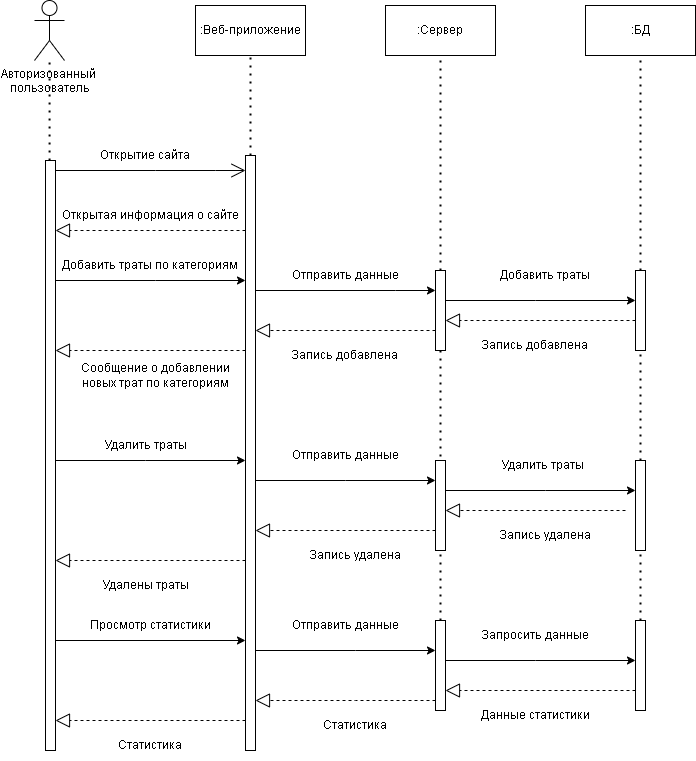
Earlier version of the draw.io export documentation/diagrams/Sequence_diagram_au.png (money-pie/moneypie). Source tidied: cells renumbered, new cells last; positions are measured from the earlier drawing's top-left corner, leaving out a move shared by most shapes.
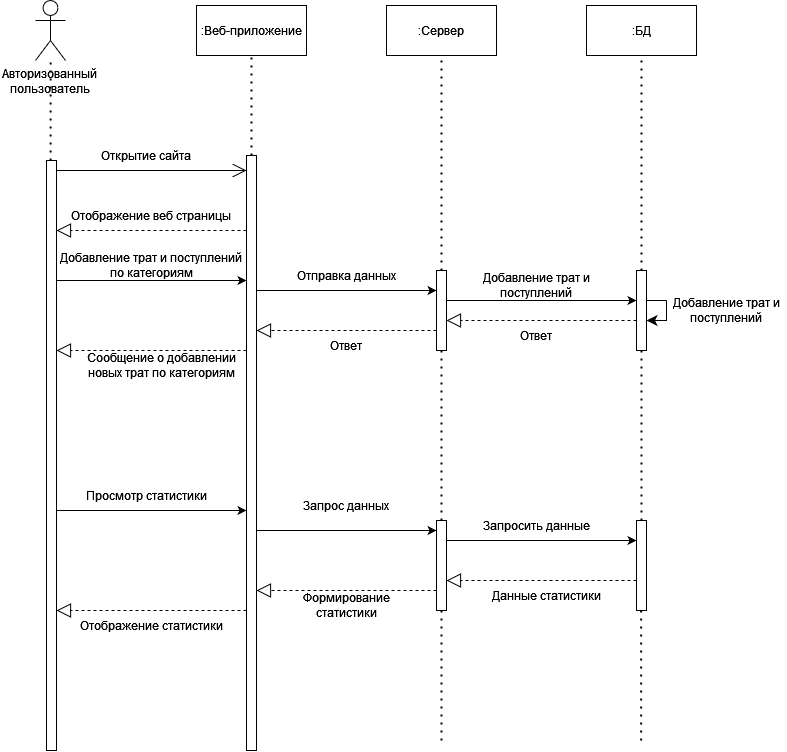
Above is the later version.

The edit, as a diff of the source:
```diff
@@ -14,15 +14,9 @@
     <mxCell id="5" style="html=1;points=[];perimeter=orthogonalPerimeter;outlineConnect=0;targetShapes=umlLifeline;portConstraint=eastwest;newEdgeStyle={&quot;edgeStyle&quot;:&quot;elbowEdgeStyle&quot;,&quot;elbow&quot;:&quot;vertical&quot;,&quot;curved&quot;:0,&quot;rounded&quot;:0};" parent="1" vertex="1">
       <mxGeometry x="401" y="270" width="10" height="80" as="geometry" />
     </mxCell>
-    <mxCell id="6" style="html=1;points=[];perimeter=orthogonalPerimeter;outlineConnect=0;targetShapes=umlLifeline;portConstraint=eastwest;newEdgeStyle={&quot;edgeStyle&quot;:&quot;elbowEdgeStyle&quot;,&quot;elbow&quot;:&quot;vertical&quot;,&quot;curved&quot;:0,&quot;rounded&quot;:0};" parent="1" vertex="1">
-      <mxGeometry x="401" y="460" width="10" height="90" as="geometry" />
-    </mxCell>
     <mxCell id="7" style="html=1;points=[];perimeter=orthogonalPerimeter;outlineConnect=0;targetShapes=umlLifeline;portConstraint=eastwest;newEdgeStyle={&quot;edgeStyle&quot;:&quot;elbowEdgeStyle&quot;,&quot;elbow&quot;:&quot;vertical&quot;,&quot;curved&quot;:0,&quot;rounded&quot;:0};" parent="1" vertex="1">
       <mxGeometry x="601" y="270" width="10" height="80" as="geometry" />
     </mxCell>
-    <mxCell id="8" style="html=1;points=[];perimeter=orthogonalPerimeter;outlineConnect=0;targetShapes=umlLifeline;portConstraint=eastwest;newEdgeStyle={&quot;edgeStyle&quot;:&quot;elbowEdgeStyle&quot;,&quot;elbow&quot;:&quot;vertical&quot;,&quot;curved&quot;:0,&quot;rounded&quot;:0};" parent="1" vertex="1">
-      <mxGeometry x="601" y="460" width="10" height="90" as="geometry" />
-    </mxCell>
     <mxCell id="9" value=":Веб-приложение" style="html=1;whiteSpace=wrap;" parent="1" vertex="1">
       <mxGeometry x="161" y="5" width="110" height="50" as="geometry" />
     </mxCell>
@@ -53,7 +47,7 @@
     <mxCell id="15" value="Открытие сайта" style="text;html=1;strokeColor=none;fillColor=none;align=center;verticalAlign=middle;whiteSpace=wrap;rounded=0;" parent="1" vertex="1">
       <mxGeometry x="31" y="140" width="160" height="30" as="geometry" />
     </mxCell>
-    <mxCell id="16" value="Открытая информация о сайте" style="text;html=1;strokeColor=none;fillColor=none;align=center;verticalAlign=middle;whiteSpace=wrap;rounded=0;" parent="1" vertex="1">
+    <mxCell id="16" value="Отображение веб страницы" style="text;html=1;strokeColor=none;fillColor=none;align=center;verticalAlign=middle;whiteSpace=wrap;rounded=0;" parent="1" vertex="1">
       <mxGeometry x="21" y="200" width="190" height="30" as="geometry" />
     </mxCell>
     <mxCell id="17" style="endArrow=classic;html=1;rounded=0;" parent="1" edge="1" source="3" target="4">
@@ -63,7 +57,7 @@
         </Array>
       </mxGeometry>
     </mxCell>
-    <mxCell id="18" value="Добавить траты по категориям" style="text;html=1;strokeColor=none;fillColor=none;align=center;verticalAlign=middle;whiteSpace=wrap;rounded=0;" parent="1" vertex="1">
+    <mxCell id="18" value="Добавление трат и поступлений по категориям" style="text;html=1;strokeColor=none;fillColor=none;align=center;verticalAlign=middle;whiteSpace=wrap;rounded=0;" parent="1" vertex="1">
       <mxGeometry x="21" y="250" width="190" height="30" as="geometry" />
     </mxCell>
     <mxCell id="19" style="endArrow=classic;html=1;rounded=0;" parent="1" edge="1" source="4" target="5">
@@ -73,7 +67,7 @@
         </Array>
       </mxGeometry>
     </mxCell>
-    <mxCell id="20" value="Отправить данные" style="text;html=1;strokeColor=none;fillColor=none;align=center;verticalAlign=middle;whiteSpace=wrap;rounded=0;" parent="1" vertex="1">
+    <mxCell id="20" value="Отправка данных" style="text;html=1;strokeColor=none;fillColor=none;align=center;verticalAlign=middle;whiteSpace=wrap;rounded=0;" parent="1" vertex="1">
       <mxGeometry x="251" y="260" width="120" height="30" as="geometry" />
     </mxCell>
     <mxCell id="21" style="endArrow=classic;html=1;rounded=0;" parent="1" edge="1" source="5" target="7">
@@ -83,8 +77,8 @@
         </Array>
       </mxGeometry>
     </mxCell>
-    <mxCell id="22" value="Добавить траты" style="text;html=1;strokeColor=none;fillColor=none;align=center;verticalAlign=middle;whiteSpace=wrap;rounded=0;" parent="1" vertex="1">
-      <mxGeometry x="436" y="260" width="150" height="30" as="geometry" />
+    <mxCell id="22" value="Добавление трат и поступлений" style="text;html=1;strokeColor=none;fillColor=none;align=center;verticalAlign=middle;whiteSpace=wrap;rounded=0;" parent="1" vertex="1">
+      <mxGeometry x="426" y="270" width="150" height="30" as="geometry" />
     </mxCell>
     <mxCell id="23" style="endArrow=none;dashed=1;html=1;dashPattern=1 3;strokeWidth=2;rounded=0;entryX=0.5;entryY=1;entryDx=0;entryDy=0;" parent="1" edge="1" source="4" target="9">
       <mxGeometry relative="1" as="geometry" />
@@ -118,150 +112,128 @@
         </Array>
       </mxGeometry>
     </mxCell>
-    <mxCell id="29" value="Запись добавлена" style="text;html=1;strokeColor=none;fillColor=none;align=center;verticalAlign=middle;whiteSpace=wrap;rounded=0;" parent="1" vertex="1">
-      <mxGeometry x="441" y="330" width="120" height="30" as="geometry" />
+    <mxCell id="29" value="Ответ" style="text;html=1;strokeColor=none;fillColor=none;align=center;verticalAlign=middle;whiteSpace=wrap;rounded=0;" parent="1" vertex="1">
+      <mxGeometry x="441" y="320" width="120" height="30" as="geometry" />
     </mxCell>
-    <mxCell id="30" value="Запись добавлена" style="text;html=1;strokeColor=none;fillColor=none;align=center;verticalAlign=middle;whiteSpace=wrap;rounded=0;" parent="1" vertex="1">
-      <mxGeometry x="251" y="340" width="120" height="30" as="geometry" />
+    <mxCell id="30" value="Ответ" style="text;html=1;strokeColor=none;fillColor=none;align=center;verticalAlign=middle;whiteSpace=wrap;rounded=0;" parent="1" vertex="1">
+      <mxGeometry x="251" y="330" width="120" height="30" as="geometry" />
     </mxCell>
     <mxCell id="31" value="Сообщение о добавлении новых трат по категориям" style="text;html=1;strokeColor=none;fillColor=none;align=center;verticalAlign=middle;whiteSpace=wrap;rounded=0;" parent="1" vertex="1">
-      <mxGeometry x="41" y="360" width="160" height="30" as="geometry" />
+      <mxGeometry x="46" y="350" width="160" height="30" as="geometry" />
     </mxCell>
-    <mxCell id="32" style="endArrow=classic;html=1;rounded=0;" parent="1" edge="1" source="3" target="4">
-      <mxGeometry relative="1" as="geometry">
-        <Array as="points">
-          <mxPoint x="111" y="460" />
-        </Array>
-      </mxGeometry>
-    </mxCell>
-    <mxCell id="33" style="endArrow=classic;html=1;rounded=0;" parent="1" edge="1" source="4" target="6">
-      <mxGeometry relative="1" as="geometry">
-        <Array as="points">
-          <mxPoint x="311" y="480" />
-        </Array>
-      </mxGeometry>
-    </mxCell>
-    <mxCell id="34" style="endArrow=classic;html=1;rounded=0;" parent="1" edge="1" source="6" target="8">
-      <mxGeometry relative="1" as="geometry">
-        <Array as="points">
-          <mxPoint x="511" y="490" />
-        </Array>
-      </mxGeometry>
-    </mxCell>
-    <mxCell id="35" value="Удалить траты" style="text;html=1;strokeColor=none;fillColor=none;align=center;verticalAlign=middle;whiteSpace=wrap;rounded=0;" parent="1" vertex="1">
-      <mxGeometry x="41" y="430" width="140" height="30" as="geometry" />
-    </mxCell>
-    <mxCell id="36" value="Отправить данные" style="text;html=1;strokeColor=none;fillColor=none;align=center;verticalAlign=middle;whiteSpace=wrap;rounded=0;" parent="1" vertex="1">
-      <mxGeometry x="251" y="440" width="120" height="30" as="geometry" />
-    </mxCell>
-    <mxCell id="37" value="Удалить траты" style="text;html=1;strokeColor=none;fillColor=none;align=center;verticalAlign=middle;whiteSpace=wrap;rounded=0;" parent="1" vertex="1">
-      <mxGeometry x="461" y="450" width="95" height="30" as="geometry" />
-    </mxCell>
-    <mxCell id="38" style="endArrow=block;dashed=1;endFill=0;endSize=12;html=1;rounded=0;" parent="1" edge="1" target="6">
-      <mxGeometry relative="1" as="geometry">
-        <mxPoint x="591" y="510" as="sourcePoint" />
-      </mxGeometry>
-    </mxCell>
-    <mxCell id="39" style="endArrow=block;dashed=1;endFill=0;endSize=12;html=1;rounded=0;" parent="1" edge="1" source="6" target="4">
-      <mxGeometry relative="1" as="geometry">
-        <Array as="points">
-          <mxPoint x="311" y="530" />
-        </Array>
-      </mxGeometry>
-    </mxCell>
-    <mxCell id="40" style="endArrow=block;dashed=1;endFill=0;endSize=12;html=1;rounded=0;" parent="1" edge="1" source="4" target="3">
-      <mxGeometry relative="1" as="geometry">
-        <Array as="points">
-          <mxPoint x="111" y="560" />
-        </Array>
-      </mxGeometry>
-    </mxCell>
     <mxCell id="41" value="Данные статистики" style="text;html=1;strokeColor=none;fillColor=none;align=center;verticalAlign=middle;whiteSpace=wrap;rounded=0;" parent="1" vertex="1">
-      <mxGeometry x="441" y="700" width="120" height="30" as="geometry" />
+      <mxGeometry x="451" y="580" width="120" height="30" as="geometry" />
     </mxCell>
-    <mxCell id="42" value="Запись удалена" style="text;html=1;strokeColor=none;fillColor=none;align=center;verticalAlign=middle;whiteSpace=wrap;rounded=0;" parent="1" vertex="1">
-      <mxGeometry x="251" y="540" width="140" height="30" as="geometry" />
-    </mxCell>
-    <mxCell id="43" value="Удалены траты" style="text;html=1;strokeColor=none;fillColor=none;align=center;verticalAlign=middle;whiteSpace=wrap;rounded=0;" parent="1" vertex="1">
-      <mxGeometry x="31" y="570" width="160" height="30" as="geometry" />
-    </mxCell>
     <mxCell id="44" value="Просмотр статистики" style="text;html=1;strokeColor=none;fillColor=none;align=center;verticalAlign=middle;whiteSpace=wrap;rounded=0;" parent="1" vertex="1">
-      <mxGeometry x="46" y="610" width="140" height="30" as="geometry" />
+      <mxGeometry x="41" y="480" width="140" height="30" as="geometry" />
     </mxCell>
     <mxCell id="45" style="html=1;points=[];perimeter=orthogonalPerimeter;outlineConnect=0;targetShapes=umlLifeline;portConstraint=eastwest;newEdgeStyle={&quot;edgeStyle&quot;:&quot;elbowEdgeStyle&quot;,&quot;elbow&quot;:&quot;vertical&quot;,&quot;curved&quot;:0,&quot;rounded&quot;:0};" parent="1" vertex="1">
-      <mxGeometry x="401" y="620" width="10" height="90" as="geometry" />
+      <mxGeometry x="401" y="520" width="10" height="90" as="geometry" />
     </mxCell>
     <mxCell id="46" style="html=1;points=[];perimeter=orthogonalPerimeter;outlineConnect=0;targetShapes=umlLifeline;portConstraint=eastwest;newEdgeStyle={&quot;edgeStyle&quot;:&quot;elbowEdgeStyle&quot;,&quot;elbow&quot;:&quot;vertical&quot;,&quot;curved&quot;:0,&quot;rounded&quot;:0};" parent="1" vertex="1">
-      <mxGeometry x="601" y="620" width="10" height="90" as="geometry" />
+      <mxGeometry x="601" y="520" width="10" height="90" as="geometry" />
     </mxCell>
-    <mxCell id="47" style="endArrow=classic;html=1;rounded=0;" parent="1" edge="1" target="4">
+    <mxCell id="47" style="endArrow=classic;html=1;rounded=0;" parent="1" edge="1" source="3" target="4">
       <mxGeometry relative="1" as="geometry">
-        <mxPoint x="21" y="640" as="sourcePoint" />
+        <Array as="points">
+          <mxPoint x="151" y="510" />
+        </Array>
       </mxGeometry>
     </mxCell>
     <mxCell id="48" style="endArrow=classic;html=1;rounded=0;" parent="1" edge="1" source="4" target="45">
       <mxGeometry relative="1" as="geometry">
         <Array as="points">
-          <mxPoint x="321" y="650" />
+          <mxPoint x="271" y="530" />
         </Array>
       </mxGeometry>
     </mxCell>
     <mxCell id="49" style="endArrow=classic;html=1;rounded=0;" parent="1" edge="1" source="45" target="46">
       <mxGeometry relative="1" as="geometry">
         <Array as="points">
-          <mxPoint x="501" y="660" />
+          <mxPoint x="501" y="540" />
         </Array>
       </mxGeometry>
     </mxCell>
-    <mxCell id="50" style="endArrow=block;dashed=1;endFill=0;endSize=12;html=1;rounded=0;" parent="1" edge="1" source="4">
+    <mxCell id="50" style="endArrow=block;dashed=1;endFill=0;endSize=12;html=1;rounded=0;" parent="1" edge="1" source="4" target="3">
       <mxGeometry relative="1" as="geometry">
-        <mxPoint x="21" y="720" as="targetPoint" />
         <Array as="points">
-          <mxPoint x="111" y="720" />
+          <mxPoint x="121" y="610" />
         </Array>
       </mxGeometry>
     </mxCell>
     <mxCell id="51" style="endArrow=block;dashed=1;endFill=0;endSize=12;html=1;rounded=0;" parent="1" edge="1" source="45" target="4">
       <mxGeometry relative="1" as="geometry">
         <Array as="points">
-          <mxPoint x="321" y="700" />
+          <mxPoint x="301" y="590" />
         </Array>
       </mxGeometry>
     </mxCell>
-    <mxCell id="52" style="endArrow=block;dashed=1;endFill=0;endSize=12;html=1;rounded=0;" parent="1" edge="1" source="46">
+    <mxCell id="52" style="endArrow=block;dashed=1;endFill=0;endSize=12;html=1;rounded=0;" parent="1" edge="1" source="46" target="45">
       <mxGeometry relative="1" as="geometry">
-        <mxPoint x="411" y="690" as="targetPoint" />
         <Array as="points">
-          <mxPoint x="501" y="690" />
+          <mxPoint x="501" y="580" />
         </Array>
       </mxGeometry>
     </mxCell>
-    <mxCell id="53" value="Статистика" style="text;html=1;strokeColor=none;fillColor=none;align=center;verticalAlign=middle;whiteSpace=wrap;rounded=0;" parent="1" vertex="1">
-      <mxGeometry x="251" y="710" width="140" height="30" as="geometry" />
+    <mxCell id="53" value="Формирование статистики" style="text;html=1;strokeColor=none;fillColor=none;align=center;verticalAlign=middle;whiteSpace=wrap;rounded=0;" parent="1" vertex="1">
+      <mxGeometry x="241" y="590" width="140" height="30" as="geometry" />
     </mxCell>
-    <mxCell id="54" value="Запись удалена" style="text;html=1;strokeColor=none;fillColor=none;align=center;verticalAlign=middle;whiteSpace=wrap;rounded=0;" parent="1" vertex="1">
-      <mxGeometry x="451" y="520" width="120" height="30" as="geometry" />
-    </mxCell>
     <mxCell id="55" value="Запросить данные" style="text;html=1;strokeColor=none;fillColor=none;align=center;verticalAlign=middle;whiteSpace=wrap;rounded=0;" parent="1" vertex="1">
-      <mxGeometry x="441" y="620" width="120" height="30" as="geometry" />
+      <mxGeometry x="441" y="510" width="120" height="30" as="geometry" />
     </mxCell>
-    <mxCell id="56" value="Отправить данные" style="text;html=1;strokeColor=none;fillColor=none;align=center;verticalAlign=middle;whiteSpace=wrap;rounded=0;" parent="1" vertex="1">
-      <mxGeometry x="251" y="610" width="120" height="30" as="geometry" />
+    <mxCell id="56" value="Запрос данных" style="text;html=1;strokeColor=none;fillColor=none;align=center;verticalAlign=middle;whiteSpace=wrap;rounded=0;" parent="1" vertex="1">
+      <mxGeometry x="251" y="490" width="120" height="30" as="geometry" />
     </mxCell>
-    <mxCell id="57" value="Статистика" style="text;html=1;strokeColor=none;fillColor=none;align=center;verticalAlign=middle;whiteSpace=wrap;rounded=0;" parent="1" vertex="1">
-      <mxGeometry x="36" y="730" width="160" height="30" as="geometry" />
+    <mxCell id="57" value="Отображение статистики" style="text;html=1;strokeColor=none;fillColor=none;align=center;verticalAlign=middle;whiteSpace=wrap;rounded=0;" parent="1" vertex="1">
+      <mxGeometry x="36" y="610" width="160" height="30" as="geometry" />
     </mxCell>
-    <mxCell id="58" style="endArrow=none;dashed=1;html=1;dashPattern=1 3;strokeWidth=2;rounded=0;" parent="1" edge="1" source="5" target="6">
-      <mxGeometry relative="1" as="geometry" />
+    <mxCell id="58" style="endArrow=none;dashed=1;html=1;dashPattern=1 3;strokeWidth=2;rounded=0;" parent="1" edge="1" source="5">
+      <mxGeometry relative="1" as="geometry">
+        <mxPoint x="406" y="520" as="targetPoint" />
+      </mxGeometry>
     </mxCell>
-    <mxCell id="59" style="endArrow=none;dashed=1;html=1;dashPattern=1 3;strokeWidth=2;rounded=0;" parent="1" edge="1" source="45" target="6">
-      <mxGeometry relative="1" as="geometry" />
-    </mxCell>
-    <mxCell id="60" style="endArrow=none;dashed=1;html=1;dashPattern=1 3;strokeWidth=2;rounded=0;" parent="1" edge="1" source="8" target="7">
-      <mxGeometry relative="1" as="geometry" />
+    <mxCell id="60" style="endArrow=none;dashed=1;html=1;dashPattern=1 3;strokeWidth=2;rounded=0;" parent="1" edge="1" target="7">
+      <mxGeometry relative="1" as="geometry">
+        <mxPoint x="606" y="520" as="sourcePoint" />
+      </mxGeometry>
     </mxCell>
-    <mxCell id="61" style="endArrow=none;dashed=1;html=1;dashPattern=1 3;strokeWidth=2;rounded=0;" parent="1" edge="1" source="46" target="8">
-      <mxGeometry relative="1" as="geometry" />
-    </mxCell>
+    <mxCell id="62" style="edgeStyle=elbowEdgeStyle;elbow=vertical;endArrow=classic;html=1;curved=0;rounded=0;endSize=8;startSize=8;" parent="1" edge="1">
+      <mxGeometry relative="1" as="geometry">
+        <mxPoint x="631" y="300" as="sourcePoint" />
+        <mxPoint x="611" y="320" as="targetPoint" />
+        <Array as="points">
+          <mxPoint x="621" y="320" />
+          <mxPoint x="621" y="360" />
+          <mxPoint x="621" y="360" />
+          <mxPoint x="691" y="330" />
+        </Array>
+      </mxGeometry>
+    </mxCell>
+    <mxCell id="63" style="endArrow=none;html=1;rounded=0;" parent="1" edge="1">
+      <mxGeometry relative="1" as="geometry">
+        <mxPoint x="611" y="300" as="sourcePoint" />
+        <mxPoint x="631" y="300" as="targetPoint" />
+      </mxGeometry>
+    </mxCell>
+    <mxCell id="64" value="Добавление трат и поступлений" style="text;html=1;strokeColor=none;fillColor=none;align=center;verticalAlign=middle;whiteSpace=wrap;rounded=0;" parent="1" vertex="1">
+      <mxGeometry x="631" y="300" width="120" height="20" as="geometry" />
+    </mxCell>
+    <mxCell id="65" style="endArrow=none;dashed=1;html=1;dashPattern=1 3;strokeWidth=2;rounded=0;" parent="1" edge="1" target="45">
+      <mxGeometry relative="1" as="geometry">
+        <mxPoint x="406" y="740" as="sourcePoint" />
+        <Array as="points">
+          <mxPoint x="406" y="680" />
+        </Array>
+      </mxGeometry>
+    </mxCell>
+    <mxCell id="66" style="endArrow=none;dashed=1;html=1;dashPattern=1 3;strokeWidth=2;rounded=0;" parent="1" edge="1">
+      <mxGeometry relative="1" as="geometry">
+        <mxPoint x="605.6" y="740" as="sourcePoint" />
+        <mxPoint x="605.6" y="610" as="targetPoint" />
+        <Array as="points">
+          <mxPoint x="605.6" y="680" />
+        </Array>
+      </mxGeometry>
+    </mxCell>
   </root>
 </mxGraphModel>
```
